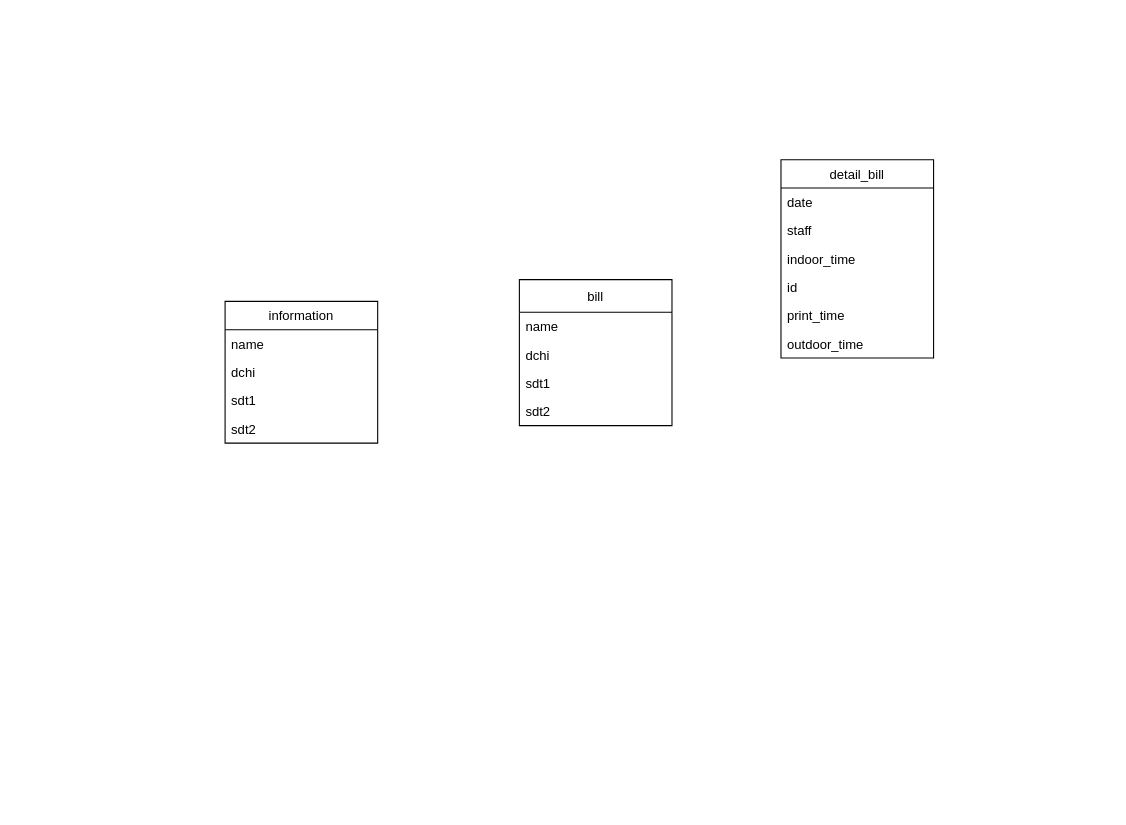
Earlier version of the draw.io diagram store.drawio (jinshinvn/do-an-python). Source tidied: cells renumbered, new cells numbered last; positions are measured from the earlier drawing's top-left corner, leaving out a move shared by most shapes. Both pictures are drawn from the tidied source at 109%, with x=0, y=0 at pixel (225, 159).
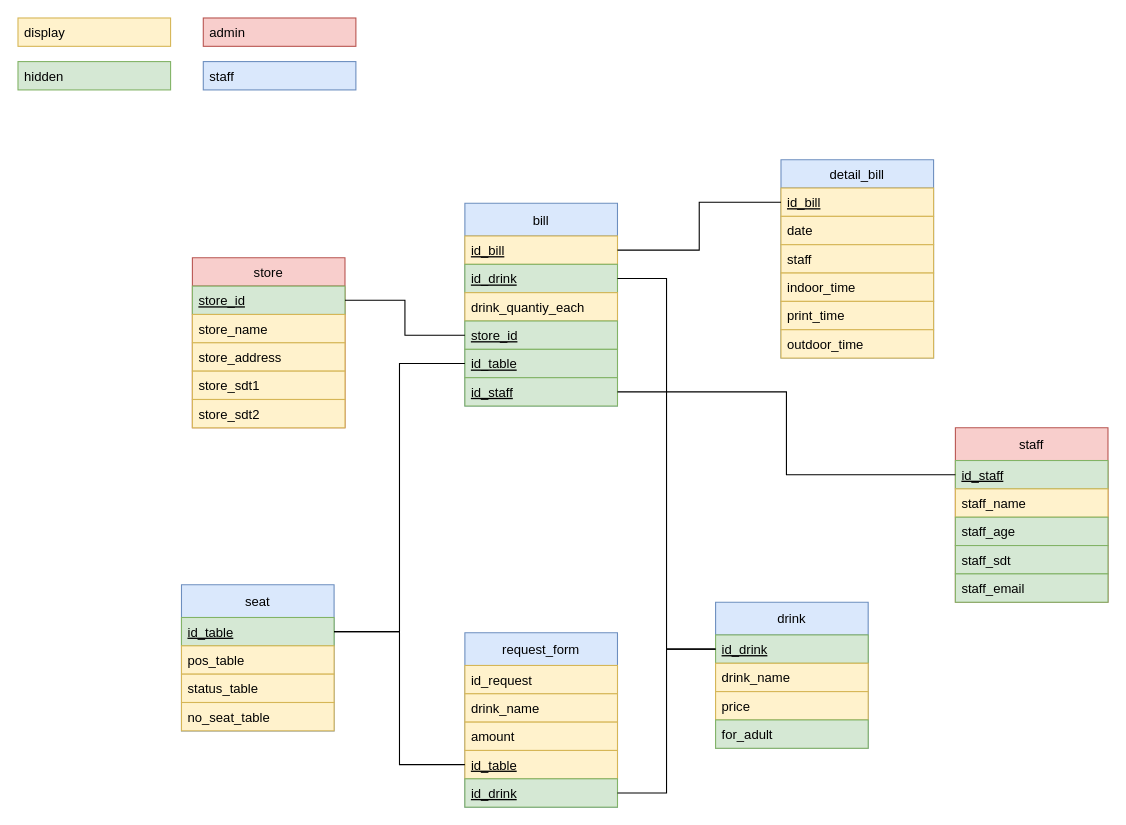
Above is the later version.

Commit message (it also covers changes not shown here):
store & lobby

The edit, as a diff of the source:
```diff
@@
-    <mxCell id="2" value="information" style="swimlane;fontStyle=0;horizontal=1;startSize=26;fillColor=none;" parent="1" vertex="1">
-      <mxGeometry y="130" width="140" height="130" as="geometry" />
+    <mxCell id="2" value="store" style="swimlane;fontStyle=0;horizontal=1;startSize=26;fillColor=#f8cecc;strokeColor=#b85450;" parent="1" vertex="1">
+      <mxGeometry x="-30" y="90" width="140" height="156" as="geometry" />
     </mxCell>
-    <mxCell id="3" value="name" style="text;strokeColor=none;fillColor=none;align=left;verticalAlign=top;spacingLeft=4;spacingRight=4;overflow=hidden;points=[[0,0.5],[1,0.5]];portConstraint=eastwest;" parent="2" vertex="1">
+    <mxCell id="3" value="store_id" style="text;strokeColor=#82b366;fillColor=#d5e8d4;align=left;verticalAlign=top;spacingLeft=4;spacingRight=4;overflow=hidden;points=[[0,0.5],[1,0.5]];portConstraint=eastwest;fontStyle=4;" parent="2" vertex="1">
       <mxGeometry y="26" width="140" height="26" as="geometry" />
     </mxCell>
+    <mxCell id="19" value="store_name" style="text;strokeColor=#d6b656;fillColor=#fff2cc;align=left;verticalAlign=top;spacingLeft=4;spacingRight=4;overflow=hidden;" parent="2" vertex="1">
+      <mxGeometry y="52" width="140" height="26" as="geometry" />
+    </mxCell>
-    <mxCell id="4" value="dchi" style="text;strokeColor=none;fillColor=none;align=left;verticalAlign=top;spacingLeft=4;spacingRight=4;overflow=hidden;" parent="2" vertex="1">
-      <mxGeometry y="52" width="140" height="26" as="geometry" />
+    <mxCell id="4" value="store_address" style="text;strokeColor=#d6b656;fillColor=#fff2cc;align=left;verticalAlign=top;spacingLeft=4;spacingRight=4;overflow=hidden;" parent="2" vertex="1">
+      <mxGeometry y="78" width="140" height="26" as="geometry" />
     </mxCell>
-    <mxCell id="5" value="sdt1" style="text;strokeColor=none;fillColor=none;align=left;verticalAlign=top;spacingLeft=4;spacingRight=4;overflow=hidden;" parent="2" vertex="1">
-      <mxGeometry y="78" width="140" height="26" as="geometry" />
+    <mxCell id="5" value="store_sdt1" style="text;strokeColor=#d6b656;fillColor=#fff2cc;align=left;verticalAlign=top;spacingLeft=4;spacingRight=4;overflow=hidden;" parent="2" vertex="1">
+      <mxGeometry y="104" width="140" height="26" as="geometry" />
     </mxCell>
-    <mxCell id="6" value="sdt2" style="text;strokeColor=none;fillColor=none;align=left;verticalAlign=top;spacingLeft=4;spacingRight=4;overflow=hidden;" parent="2" vertex="1">
-      <mxGeometry y="104" width="140" height="26" as="geometry" />
+    <mxCell id="6" value="store_sdt2" style="text;strokeColor=#d6b656;fillColor=#fff2cc;align=left;verticalAlign=top;spacingLeft=4;spacingRight=4;overflow=hidden;" parent="2" vertex="1">
+      <mxGeometry y="130" width="140" height="26" as="geometry" />
     </mxCell>
-    <mxCell id="7" value="bill" style="swimlane;fontStyle=0;horizontal=1;startSize=30;fillColor=none;" parent="1" vertex="1">
-      <mxGeometry x="270" y="110" width="140" height="134" as="geometry" />
+    <mxCell id="7" value="bill" style="swimlane;fontStyle=0;horizontal=1;startSize=30;fillColor=#dae8fc;strokeColor=#6c8ebf;" parent="1" vertex="1">
+      <mxGeometry x="220" y="40" width="140" height="186" as="geometry" />
     </mxCell>
-    <mxCell id="8" value="name" style="text;strokeColor=none;fillColor=none;align=left;verticalAlign=top;spacingLeft=4;spacingRight=4;overflow=hidden;points=[[0,0.5],[1,0.5]];portConstraint=eastwest;" parent="7" vertex="1">
+    <mxCell id="8" value="id_bill" style="text;strokeColor=#d6b656;fillColor=#fff2cc;align=left;verticalAlign=top;spacingLeft=4;spacingRight=4;overflow=hidden;points=[[0,0.5],[1,0.5]];portConstraint=eastwest;fontStyle=4;" parent="7" vertex="1">
       <mxGeometry y="30" width="140" height="26" as="geometry" />
     </mxCell>
-    <mxCell id="9" value="dchi" style="text;strokeColor=none;fillColor=none;align=left;verticalAlign=top;spacingLeft=4;spacingRight=4;overflow=hidden;" parent="7" vertex="1">
-      <mxGeometry y="56" width="140" height="26" as="geometry" />
-    </mxCell>
-    <mxCell id="10" value="sdt1" style="text;strokeColor=none;fillColor=none;align=left;verticalAlign=top;spacingLeft=4;spacingRight=4;overflow=hidden;" parent="7" vertex="1">
-      <mxGeometry y="82" width="140" height="26" as="geometry" />
-    </mxCell>
-    <mxCell id="11" value="sdt2" style="text;strokeColor=none;fillColor=none;align=left;verticalAlign=top;spacingLeft=4;spacingRight=4;overflow=hidden;" parent="7" vertex="1">
-      <mxGeometry y="108" width="140" height="26" as="geometry" />
-    </mxCell>
+    <mxCell id="20" value="id_drink" style="text;strokeColor=#82b366;fillColor=#d5e8d4;align=left;verticalAlign=top;spacingLeft=4;spacingRight=4;overflow=hidden;points=[[0,0.5],[1,0.5]];portConstraint=eastwest;fontStyle=4;" parent="7" vertex="1">
+      <mxGeometry y="56" width="140" height="26" as="geometry" />
+    </mxCell>
+    <mxCell id="21" value="drink_quantiy_each" style="text;align=left;verticalAlign=top;spacingLeft=4;spacingRight=4;overflow=hidden;fillColor=#fff2cc;strokeColor=#d6b656;" parent="7" vertex="1">
+      <mxGeometry y="82" width="140" height="26" as="geometry" />
+    </mxCell>
+    <mxCell id="22" value="store_id" style="text;strokeColor=#82b366;fillColor=#d5e8d4;align=left;verticalAlign=top;spacingLeft=4;spacingRight=4;overflow=hidden;points=[[0,0.5],[1,0.5]];portConstraint=eastwest;fontStyle=4;" parent="7" vertex="1">
+      <mxGeometry y="108" width="140" height="26" as="geometry" />
+    </mxCell>
+    <mxCell id="23" value="id_table" style="text;strokeColor=#82b366;fillColor=#d5e8d4;align=left;verticalAlign=top;spacingLeft=4;spacingRight=4;overflow=hidden;points=[[0,0.5],[1,0.5]];portConstraint=eastwest;fontStyle=4;" parent="7" vertex="1">
+      <mxGeometry y="134" width="140" height="26" as="geometry" />
+    </mxCell>
+    <mxCell id="24" value="id_staff" style="text;strokeColor=#82b366;fillColor=#d5e8d4;align=left;verticalAlign=top;spacingLeft=4;spacingRight=4;overflow=hidden;points=[[0,0.5],[1,0.5]];portConstraint=eastwest;fontStyle=4;" parent="7" vertex="1">
+      <mxGeometry y="160" width="140" height="26" as="geometry" />
+    </mxCell>
-    <mxCell id="12" value="detail_bill" style="swimlane;fontStyle=0;horizontal=1;startSize=26;fillColor=none;" parent="1" vertex="1">
+    <mxCell id="12" value="detail_bill" style="swimlane;fontStyle=0;horizontal=1;startSize=26;fillColor=#dae8fc;strokeColor=#6c8ebf;" parent="1" vertex="1">
       <mxGeometry x="510" width="140" height="182" as="geometry" />
     </mxCell>
+    <mxCell id="16" value="id_bill" style="text;strokeColor=#d6b656;fillColor=#fff2cc;align=left;verticalAlign=top;spacingLeft=4;spacingRight=4;overflow=hidden;points=[[0,0.5],[1,0.5]];portConstraint=eastwest;fontStyle=4;" parent="12" vertex="1">
+      <mxGeometry y="26" width="140" height="26" as="geometry" />
+    </mxCell>
-    <mxCell id="13" value="date" style="text;strokeColor=none;fillColor=none;align=left;verticalAlign=top;spacingLeft=4;spacingRight=4;overflow=hidden;" parent="12" vertex="1">
-      <mxGeometry y="26" width="140" height="26" as="geometry" />
+    <mxCell id="13" value="date" style="text;strokeColor=#d6b656;fillColor=#fff2cc;align=left;verticalAlign=top;spacingLeft=4;spacingRight=4;overflow=hidden;" parent="12" vertex="1">
+      <mxGeometry y="52" width="140" height="26" as="geometry" />
     </mxCell>
-    <mxCell id="14" value="staff" style="text;strokeColor=none;fillColor=none;align=left;verticalAlign=top;spacingLeft=4;spacingRight=4;overflow=hidden;" parent="12" vertex="1">
-      <mxGeometry y="52" width="140" height="26" as="geometry" />
+    <mxCell id="14" value="staff" style="text;strokeColor=#d6b656;fillColor=#fff2cc;align=left;verticalAlign=top;spacingLeft=4;spacingRight=4;overflow=hidden;" parent="12" vertex="1">
+      <mxGeometry y="78" width="140" height="26" as="geometry" />
     </mxCell>
-    <mxCell id="15" value="indoor_time" style="text;strokeColor=none;fillColor=none;align=left;verticalAlign=top;spacingLeft=4;spacingRight=4;overflow=hidden;" parent="12" vertex="1">
-      <mxGeometry y="78" width="140" height="26" as="geometry" />
+    <mxCell id="15" value="indoor_time" style="text;strokeColor=#d6b656;fillColor=#fff2cc;align=left;verticalAlign=top;spacingLeft=4;spacingRight=4;overflow=hidden;" parent="12" vertex="1">
+      <mxGeometry y="104" width="140" height="26" as="geometry" />
     </mxCell>
-    <mxCell id="16" value="id" style="text;strokeColor=none;fillColor=none;align=left;verticalAlign=top;spacingLeft=4;spacingRight=4;overflow=hidden;points=[[0,0.5],[1,0.5]];portConstraint=eastwest;" parent="12" vertex="1">
-      <mxGeometry y="104" width="140" height="26" as="geometry" />
-    </mxCell>
-    <mxCell id="17" value="print_time" style="text;strokeColor=none;fillColor=none;align=left;verticalAlign=top;spacingLeft=4;spacingRight=4;overflow=hidden;" parent="12" vertex="1">
+    <mxCell id="17" value="print_time" style="text;strokeColor=#d6b656;fillColor=#fff2cc;align=left;verticalAlign=top;spacingLeft=4;spacingRight=4;overflow=hidden;" parent="12" vertex="1">
       <mxGeometry y="130" width="140" height="26" as="geometry" />
     </mxCell>
-    <mxCell id="18" value="outdoor_time" style="text;strokeColor=none;fillColor=none;align=left;verticalAlign=top;spacingLeft=4;spacingRight=4;overflow=hidden;" parent="12" vertex="1">
+    <mxCell id="18" value="outdoor_time" style="text;strokeColor=#d6b656;fillColor=#fff2cc;align=left;verticalAlign=top;spacingLeft=4;spacingRight=4;overflow=hidden;" parent="12" vertex="1">
       <mxGeometry y="156" width="140" height="26" as="geometry" />
     </mxCell>
+    <mxCell id="25" value="seat" style="swimlane;fontStyle=0;horizontal=1;startSize=30;fillColor=#dae8fc;strokeColor=#6c8ebf;" parent="1" vertex="1">
+      <mxGeometry x="-40" y="390" width="140" height="134" as="geometry" />
+    </mxCell>
+    <mxCell id="26" value="id_table" style="text;strokeColor=#82b366;fillColor=#d5e8d4;align=left;verticalAlign=top;spacingLeft=4;spacingRight=4;overflow=hidden;points=[[0,0.5],[1,0.5]];portConstraint=eastwest;fontStyle=4;" parent="25" vertex="1">
+      <mxGeometry y="30" width="140" height="26" as="geometry" />
+    </mxCell>
+    <mxCell id="27" value="pos_table" style="text;strokeColor=#d6b656;fillColor=#fff2cc;align=left;verticalAlign=top;spacingLeft=4;spacingRight=4;overflow=hidden;" parent="25" vertex="1">
+      <mxGeometry y="56" width="140" height="26" as="geometry" />
+    </mxCell>
+    <mxCell id="28" value="status_table" style="text;strokeColor=#d6b656;fillColor=#fff2cc;align=left;verticalAlign=top;spacingLeft=4;spacingRight=4;overflow=hidden;" parent="25" vertex="1">
+      <mxGeometry y="82" width="140" height="26" as="geometry" />
+    </mxCell>
+    <mxCell id="29" value="no_seat_table" style="text;strokeColor=#d6b656;fillColor=#fff2cc;align=left;verticalAlign=top;spacingLeft=4;spacingRight=4;overflow=hidden;" parent="25" vertex="1">
+      <mxGeometry y="108" width="140" height="26" as="geometry" />
+    </mxCell>
+    <mxCell id="30" value="drink" style="swimlane;fontStyle=0;horizontal=1;startSize=30;fillColor=#dae8fc;strokeColor=#6c8ebf;" parent="1" vertex="1">
+      <mxGeometry x="450" y="406" width="140" height="134" as="geometry" />
+    </mxCell>
+    <mxCell id="31" value="id_drink" style="text;strokeColor=#82b366;fillColor=#d5e8d4;align=left;verticalAlign=top;spacingLeft=4;spacingRight=4;overflow=hidden;points=[[0,0.5],[1,0.5]];portConstraint=eastwest;fontStyle=4;" parent="30" vertex="1">
+      <mxGeometry y="30" width="140" height="26" as="geometry" />
+    </mxCell>
+    <mxCell id="32" value="drink_name" style="text;strokeColor=#d6b656;fillColor=#fff2cc;align=left;verticalAlign=top;spacingLeft=4;spacingRight=4;overflow=hidden;" parent="30" vertex="1">
+      <mxGeometry y="56" width="140" height="26" as="geometry" />
+    </mxCell>
+    <mxCell id="33" value="price" style="text;strokeColor=#d6b656;fillColor=#fff2cc;align=left;verticalAlign=top;spacingLeft=4;spacingRight=4;overflow=hidden;" parent="30" vertex="1">
+      <mxGeometry y="82" width="140" height="26" as="geometry" />
+    </mxCell>
+    <mxCell id="34" value="for_adult" style="text;strokeColor=#82b366;fillColor=#d5e8d4;align=left;verticalAlign=top;spacingLeft=4;spacingRight=4;overflow=hidden;" parent="30" vertex="1">
+      <mxGeometry y="108" width="140" height="26" as="geometry" />
+    </mxCell>
+    <mxCell id="35" style="edgeStyle=orthogonalEdgeStyle;rounded=0;jettySize=auto;html=1;endArrow=none;endFill=0;" parent="1" edge="1" source="20" target="31">
+      <mxGeometry relative="1" as="geometry" />
+    </mxCell>
+    <mxCell id="36" value="display" style="text;strokeColor=#d6b656;fillColor=#fff2cc;align=left;verticalAlign=top;spacingLeft=4;spacingRight=4;overflow=hidden;" parent="1" vertex="1">
+      <mxGeometry x="-190" y="-130" width="140" height="26" as="geometry" />
+    </mxCell>
+    <mxCell id="37" value="hidden" style="text;strokeColor=#82b366;fillColor=#d5e8d4;align=left;verticalAlign=top;spacingLeft=4;spacingRight=4;overflow=hidden;" parent="1" vertex="1">
+      <mxGeometry x="-190" y="-90" width="140" height="26" as="geometry" />
+    </mxCell>
+    <mxCell id="38" value="admin" style="text;strokeColor=#b85450;fillColor=#f8cecc;align=left;verticalAlign=top;spacingLeft=4;spacingRight=4;overflow=hidden;" parent="1" vertex="1">
+      <mxGeometry x="-20" y="-130" width="140" height="26" as="geometry" />
+    </mxCell>
+    <mxCell id="39" value="staff" style="text;strokeColor=#6c8ebf;fillColor=#dae8fc;align=left;verticalAlign=top;spacingLeft=4;spacingRight=4;overflow=hidden;" parent="1" vertex="1">
+      <mxGeometry x="-20" y="-90" width="140" height="26" as="geometry" />
+    </mxCell>
+    <mxCell id="40" style="edgeStyle=orthogonalEdgeStyle;rounded=0;jettySize=auto;html=1;endArrow=none;endFill=0;" parent="1" edge="1" source="8" target="16">
+      <mxGeometry relative="1" as="geometry" />
+    </mxCell>
+    <mxCell id="41" style="edgeStyle=orthogonalEdgeStyle;rounded=0;jettySize=auto;html=1;endArrow=none;endFill=0;" parent="1" edge="1" source="22" target="3">
+      <mxGeometry relative="1" as="geometry" />
+    </mxCell>
+    <mxCell id="42" style="edgeStyle=orthogonalEdgeStyle;rounded=0;jettySize=auto;html=1;endArrow=none;endFill=0;" parent="1" edge="1" source="23" target="26">
+      <mxGeometry relative="1" as="geometry" />
+    </mxCell>
+    <mxCell id="43" value="request_form" style="swimlane;fontStyle=0;horizontal=1;startSize=30;fillColor=#dae8fc;strokeColor=#6c8ebf;" parent="1" vertex="1">
+      <mxGeometry x="220" y="434" width="140" height="160" as="geometry" />
+    </mxCell>
+    <mxCell id="44" value="id_request" style="text;strokeColor=#d6b656;fillColor=#fff2cc;align=left;verticalAlign=top;spacingLeft=4;spacingRight=4;overflow=hidden;" parent="43" vertex="1">
+      <mxGeometry y="30" width="140" height="26" as="geometry" />
+    </mxCell>
+    <mxCell id="45" value="drink_name" style="text;strokeColor=#d6b656;fillColor=#fff2cc;align=left;verticalAlign=top;spacingLeft=4;spacingRight=4;overflow=hidden;" parent="43" vertex="1">
+      <mxGeometry y="56" width="140" height="26" as="geometry" />
+    </mxCell>
+    <mxCell id="46" value="amount" style="text;strokeColor=#d6b656;fillColor=#fff2cc;align=left;verticalAlign=top;spacingLeft=4;spacingRight=4;overflow=hidden;" parent="43" vertex="1">
+      <mxGeometry y="82" width="140" height="26" as="geometry" />
+    </mxCell>
+    <mxCell id="47" value="id_table" style="text;strokeColor=#d6b656;fillColor=#fff2cc;align=left;verticalAlign=top;spacingLeft=4;spacingRight=4;overflow=hidden;points=[[0,0.5],[1,0.5]];portConstraint=eastwest;fontStyle=4;" parent="43" vertex="1">
+      <mxGeometry y="108" width="140" height="26" as="geometry" />
+    </mxCell>
+    <mxCell id="48" value="id_drink" style="text;strokeColor=#82b366;fillColor=#d5e8d4;align=left;verticalAlign=top;spacingLeft=4;spacingRight=4;overflow=hidden;points=[[0,0.5],[1,0.5]];portConstraint=eastwest;fontStyle=4;" parent="43" vertex="1">
+      <mxGeometry y="134" width="140" height="26" as="geometry" />
+    </mxCell>
+    <mxCell id="49" style="edgeStyle=orthogonalEdgeStyle;rounded=0;jettySize=auto;html=1;endArrow=none;endFill=0;" parent="1" edge="1" source="47" target="26">
+      <mxGeometry relative="1" as="geometry" />
+    </mxCell>
+    <mxCell id="50" style="edgeStyle=orthogonalEdgeStyle;rounded=0;jettySize=auto;html=1;endArrow=none;endFill=0;" parent="1" edge="1" source="48" target="31">
+      <mxGeometry relative="1" as="geometry" />
+    </mxCell>
+    <mxCell id="51" value="staff" style="swimlane;fontStyle=0;horizontal=1;startSize=30;fillColor=#f8cecc;strokeColor=#b85450;" parent="1" vertex="1">
+      <mxGeometry x="670" y="246" width="140" height="160" as="geometry" />
+    </mxCell>
+    <mxCell id="52" value="id_staff" style="text;strokeColor=#82b366;fillColor=#d5e8d4;align=left;verticalAlign=top;spacingLeft=4;spacingRight=4;overflow=hidden;points=[[0,0.5],[1,0.5]];portConstraint=eastwest;fontStyle=4;" parent="51" vertex="1">
+      <mxGeometry y="30" width="140" height="26" as="geometry" />
+    </mxCell>
+    <mxCell id="53" value="staff_name" style="text;strokeColor=#d6b656;fillColor=#fff2cc;align=left;verticalAlign=top;spacingLeft=4;spacingRight=4;overflow=hidden;" parent="51" vertex="1">
+      <mxGeometry y="56" width="140" height="26" as="geometry" />
+    </mxCell>
+    <mxCell id="54" value="staff_age" style="text;strokeColor=#82b366;fillColor=#d5e8d4;align=left;verticalAlign=top;spacingLeft=4;spacingRight=4;overflow=hidden;" parent="51" vertex="1">
+      <mxGeometry y="82" width="140" height="26" as="geometry" />
+    </mxCell>
+    <mxCell id="55" value="staff_sdt" style="text;strokeColor=#82b366;fillColor=#d5e8d4;align=left;verticalAlign=top;spacingLeft=4;spacingRight=4;overflow=hidden;" parent="51" vertex="1">
+      <mxGeometry y="108" width="140" height="26" as="geometry" />
+    </mxCell>
+    <mxCell id="56" value="staff_email" style="text;strokeColor=#82b366;fillColor=#d5e8d4;align=left;verticalAlign=top;spacingLeft=4;spacingRight=4;overflow=hidden;" parent="51" vertex="1">
+      <mxGeometry y="134" width="140" height="26" as="geometry" />
+    </mxCell>
+    <mxCell id="57" style="edgeStyle=orthogonalEdgeStyle;rounded=0;jettySize=auto;html=1;endArrow=none;endFill=0;" parent="1" edge="1" source="24" target="52">
+      <mxGeometry relative="1" as="geometry" />
+    </mxCell>
```
